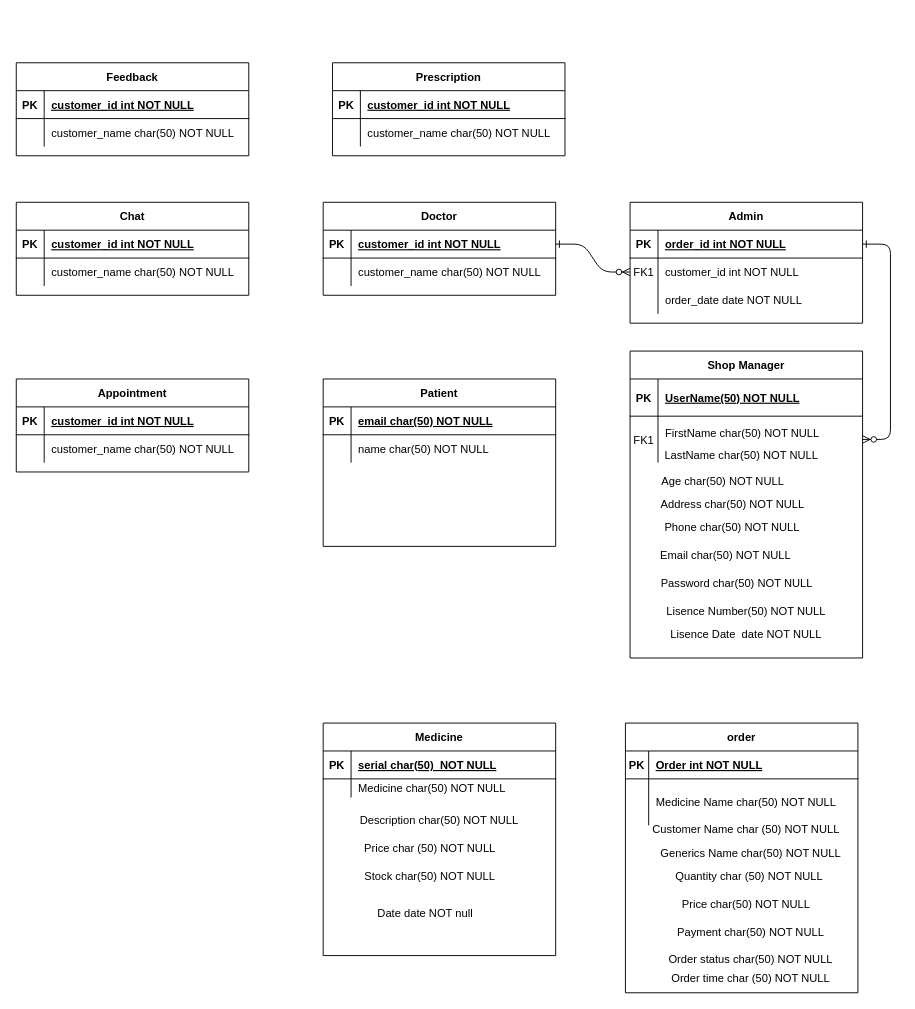
Earlier version of the draw.io diagram ER Diagram.drawio (ProgMahabub21/ABCD). Source tidied: cells renumbered, new cells numbered last; positions are measured from the earlier drawing's top-left corner, leaving out a move shared by most shapes. Both pictures are drawn from the tidied source at 93%, with x=0, y=0 at pixel (16, 62).
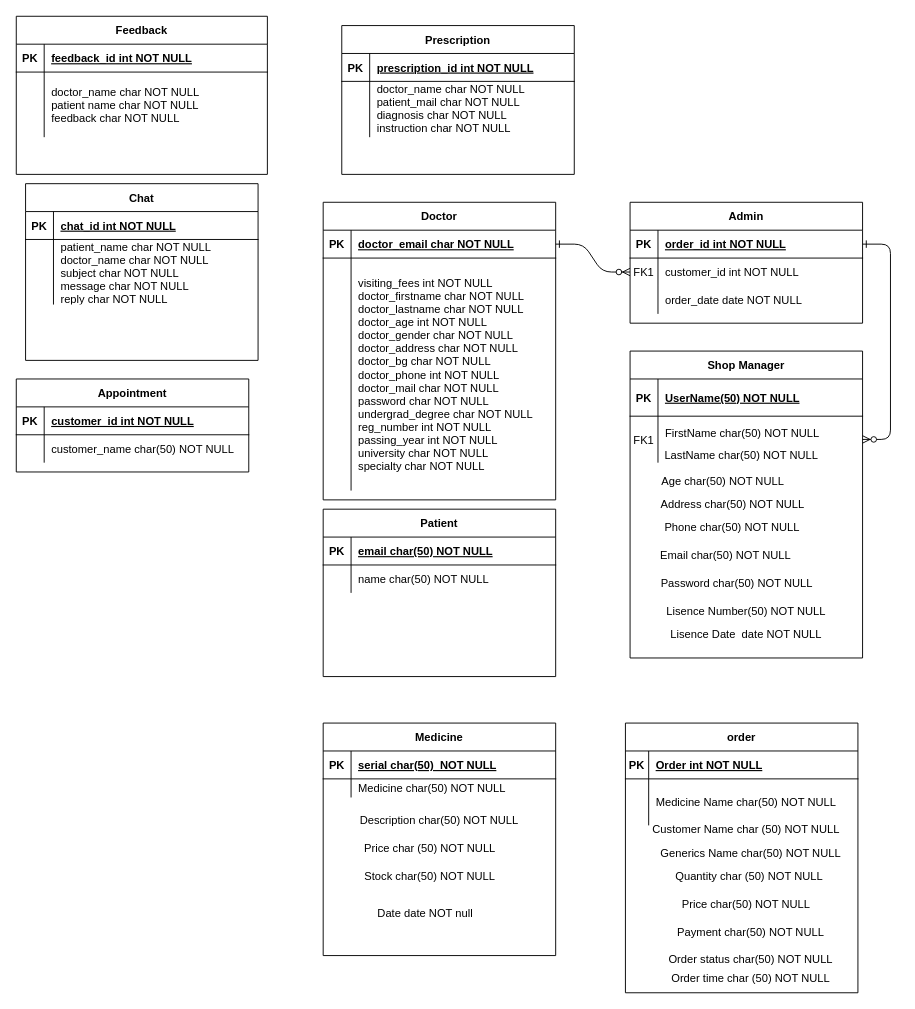
The same page after the edit.

The change refers to these unchanged cells:
```xml
<mxCell id="22" style="shape=partialRectangle;fillColor=none;points=[[0,0.5],[1,0.5]];portConstraint=eastwest;top=0;left=0;right=0;bottom=1;" parent="21" vertex="1">
  <mxGeometry y="30" width="250" height="30" as="geometry" />
</mxCell>
<mxCell id="36" style="shape=partialRectangle;fillColor=none;top=0;left=0;right=0;bottom=1;" parent="35" vertex="1">
  <mxGeometry y="30" width="250" height="30" as="geometry" />
</mxCell>
<mxCell id="43" style="shape=partialRectangle;fillColor=none;top=0;left=0;right=0;bottom=1;" parent="42" vertex="1">
  <mxGeometry y="30" width="250" height="30" as="geometry" />
</mxCell>
```

Change to the diagram source:
```diff
@@
     <mxCell id="21" value="Doctor" style="shape=table;startSize=30;childLayout=tableLayout;rowLines=0;fontStyle=1;align=center;" parent="1" vertex="1">
-      <mxGeometry x="330" y="150" width="250" height="100" as="geometry" />
+      <mxGeometry x="330" y="150" width="250" height="320" as="geometry" />
     </mxCell>
@@
-    <mxCell id="24" value="customer_id int NOT NULL " style="shape=partialRectangle;overflow=hidden;fillColor=none;top=0;left=0;bottom=0;right=0;align=left;spacingLeft=6;fontStyle=5;" parent="22" vertex="1">
+    <mxCell id="24" value="doctor_email char NOT NULL" style="shape=partialRectangle;overflow=hidden;fillColor=none;top=0;left=0;bottom=0;right=0;align=left;spacingLeft=6;fontStyle=5;" parent="22" vertex="1">
       <mxGeometry x="30" width="220" height="30" as="geometry" />
     </mxCell>
     <mxCell id="25" style="shape=partialRectangle;fillColor=none;top=0;left=0;right=0;bottom=0;" parent="21" vertex="1">
-      <mxGeometry y="60" width="250" height="30" as="geometry" />
+      <mxGeometry y="60" width="250" height="250" as="geometry" />
     </mxCell>
     <mxCell id="26" style="shape=partialRectangle;overflow=hidden;fillColor=none;top=0;left=0;bottom=0;right=0;" parent="25" vertex="1">
-      <mxGeometry width="30" height="30" as="geometry" />
+      <mxGeometry width="30" height="250" as="geometry" />
     </mxCell>
-    <mxCell id="27" value="customer_name char(50) NOT NULL" style="shape=partialRectangle;overflow=hidden;fillColor=none;top=0;left=0;bottom=0;right=0;align=left;spacingLeft=6;" parent="25" vertex="1">
-      <mxGeometry x="30" width="220" height="30" as="geometry" />
+    <mxCell id="27" value="visiting_fees int NOT NULL&#10;doctor_firstname char NOT NULL&#10;doctor_lastname char NOT NULL&#10;doctor_age int NOT NULL&#10;doctor_gender char NOT NULL&#10;doctor_address char NOT NULL&#10;doctor_bg char NOT NULL&#10;doctor_phone int NOT NULL&#10;doctor_mail char NOT NULL&#10;password char NOT NULL&#10;undergrad_degree char NOT NULL&#10;reg_number int NOT NULL&#10;passing_year int NOT NULL&#10;university char NOT NULL&#10;specialty char NOT NULL" style="shape=partialRectangle;overflow=hidden;fillColor=none;top=0;left=0;bottom=0;right=0;align=left;spacingLeft=6;" parent="25" vertex="1">
+      <mxGeometry x="30" width="220" height="250" as="geometry" />
     </mxCell>
     <mxCell id="28" value="Patient" style="shape=table;startSize=30;childLayout=tableLayout;rowLines=0;fontStyle=1;align=center;" parent="1" vertex="1">
-      <mxGeometry x="330" y="340" width="250" height="180" as="geometry" />
+      <mxGeometry x="330" y="480" width="250" height="180" as="geometry" />
     </mxCell>
@@
     <mxCell id="35" value="Prescription" style="shape=table;startSize=30;childLayout=tableLayout;rowLines=0;fontStyle=1;align=center;" parent="1" vertex="1">
-      <mxGeometry x="340" width="250" height="100" as="geometry" />
+      <mxGeometry x="350" y="-40" width="250" height="160" as="geometry" />
     </mxCell>
@@
-    <mxCell id="38" value="customer_id int NOT NULL " style="shape=partialRectangle;overflow=hidden;fillColor=none;top=0;left=0;bottom=0;right=0;align=left;spacingLeft=6;fontStyle=5;" parent="36" vertex="1">
+    <mxCell id="38" value="prescription_id int NOT NULL" style="shape=partialRectangle;overflow=hidden;fillColor=none;top=0;left=0;bottom=0;right=0;align=left;spacingLeft=6;fontStyle=5;" parent="36" vertex="1">
       <mxGeometry x="30" width="220" height="30" as="geometry" />
     </mxCell>
     <mxCell id="39" style="shape=partialRectangle;fillColor=none;top=0;left=0;right=0;bottom=0;" parent="35" vertex="1">
-      <mxGeometry y="60" width="250" height="30" as="geometry" />
+      <mxGeometry y="60" width="250" height="60" as="geometry" />
     </mxCell>
     <mxCell id="40" style="shape=partialRectangle;overflow=hidden;fillColor=none;top=0;left=0;bottom=0;right=0;" parent="39" vertex="1">
-      <mxGeometry width="30" height="30" as="geometry" />
+      <mxGeometry width="30" height="60" as="geometry" />
     </mxCell>
-    <mxCell id="41" value="customer_name char(50) NOT NULL" style="shape=partialRectangle;overflow=hidden;fillColor=none;top=0;left=0;bottom=0;right=0;align=left;spacingLeft=6;" parent="39" vertex="1">
-      <mxGeometry x="30" width="220" height="30" as="geometry" />
+    <mxCell id="41" value="doctor_name char NOT NULL&#10;patient_mail char NOT NULL&#10;diagnosis char NOT NULL&#10;instruction char NOT NULL&#10;" style="shape=partialRectangle;overflow=hidden;fillColor=none;top=0;left=0;bottom=0;right=0;align=left;spacingLeft=6;" parent="39" vertex="1">
+      <mxGeometry x="30" width="220" height="60" as="geometry" />
     </mxCell>
     <mxCell id="42" value="Chat" style="shape=table;startSize=30;childLayout=tableLayout;rowLines=0;fontStyle=1;align=center;" parent="1" vertex="1">
-      <mxGeometry y="150" width="250" height="100" as="geometry" />
+      <mxGeometry x="10" y="130" width="250" height="190" as="geometry" />
     </mxCell>
@@
-    <mxCell id="45" value="customer_id int NOT NULL " style="shape=partialRectangle;overflow=hidden;fillColor=none;top=0;left=0;bottom=0;right=0;align=left;spacingLeft=6;fontStyle=5;" parent="43" vertex="1">
+    <mxCell id="45" value="chat_id int NOT NULL" style="shape=partialRectangle;overflow=hidden;fillColor=none;top=0;left=0;bottom=0;right=0;align=left;spacingLeft=6;fontStyle=5;" parent="43" vertex="1">
       <mxGeometry x="30" width="220" height="30" as="geometry" />
     </mxCell>
     <mxCell id="46" style="shape=partialRectangle;fillColor=none;top=0;left=0;right=0;bottom=0;" parent="42" vertex="1">
-      <mxGeometry y="60" width="250" height="30" as="geometry" />
+      <mxGeometry y="60" width="250" height="70" as="geometry" />
     </mxCell>
     <mxCell id="47" style="shape=partialRectangle;overflow=hidden;fillColor=none;top=0;left=0;bottom=0;right=0;" parent="46" vertex="1">
-      <mxGeometry width="30" height="30" as="geometry" />
+      <mxGeometry width="30" height="70" as="geometry" />
     </mxCell>
-    <mxCell id="48" value="customer_name char(50) NOT NULL" style="shape=partialRectangle;overflow=hidden;fillColor=none;top=0;left=0;bottom=0;right=0;align=left;spacingLeft=6;" parent="46" vertex="1">
-      <mxGeometry x="30" width="220" height="30" as="geometry" />
+    <mxCell id="48" value="patient_name char NOT NULL&#10;doctor_name char NOT NULL&#10;subject char NOT NULL&#10;message char NOT NULL&#10;reply char NOT NULL&#10;&#10;" style="shape=partialRectangle;overflow=hidden;fillColor=none;top=0;left=0;bottom=0;right=0;align=left;spacingLeft=6;" parent="46" vertex="1">
+      <mxGeometry x="30" width="220" height="70" as="geometry" />
     </mxCell>
@@
     <mxCell id="56" value="Feedback" style="shape=table;startSize=30;childLayout=tableLayout;rowLines=0;fontStyle=1;align=center;" parent="1" vertex="1">
-      <mxGeometry width="250" height="100" as="geometry" />
+      <mxGeometry y="-50" width="270" height="170" as="geometry" />
     </mxCell>
     <mxCell id="57" style="shape=partialRectangle;fillColor=none;top=0;left=0;right=0;bottom=1;" parent="56" vertex="1">
-      <mxGeometry y="30" width="250" height="30" as="geometry" />
+      <mxGeometry y="30" width="270" height="30" as="geometry" />
     </mxCell>
@@
-    <mxCell id="59" value="customer_id int NOT NULL " style="shape=partialRectangle;overflow=hidden;fillColor=none;top=0;left=0;bottom=0;right=0;align=left;spacingLeft=6;fontStyle=5;" parent="57" vertex="1">
-      <mxGeometry x="30" width="220" height="30" as="geometry" />
+    <mxCell id="59" value="feedback_id int NOT NULL" style="shape=partialRectangle;overflow=hidden;fillColor=none;top=0;left=0;bottom=0;right=0;align=left;spacingLeft=6;fontStyle=5;" parent="57" vertex="1">
+      <mxGeometry x="30" width="240" height="30" as="geometry" />
     </mxCell>
     <mxCell id="60" style="shape=partialRectangle;fillColor=none;top=0;left=0;right=0;bottom=0;" parent="56" vertex="1">
-      <mxGeometry y="60" width="250" height="30" as="geometry" />
+      <mxGeometry y="60" width="270" height="70" as="geometry" />
     </mxCell>
     <mxCell id="61" style="shape=partialRectangle;overflow=hidden;fillColor=none;top=0;left=0;bottom=0;right=0;" parent="60" vertex="1">
-      <mxGeometry width="30" height="30" as="geometry" />
+      <mxGeometry width="30" height="70" as="geometry" />
     </mxCell>
-    <mxCell id="62" value="customer_name char(50) NOT NULL" style="shape=partialRectangle;overflow=hidden;fillColor=none;top=0;left=0;bottom=0;right=0;align=left;spacingLeft=6;" parent="60" vertex="1">
-      <mxGeometry x="30" width="220" height="30" as="geometry" />
+    <mxCell id="62" value="doctor_name char NOT NULL&#10;patient name char NOT NULL&#10;feedback char NOT NULL" style="shape=partialRectangle;overflow=hidden;fillColor=none;top=0;left=0;bottom=0;right=0;align=left;spacingLeft=6;" parent="60" vertex="1">
+      <mxGeometry x="30" width="240" height="70" as="geometry" />
     </mxCell>
```
